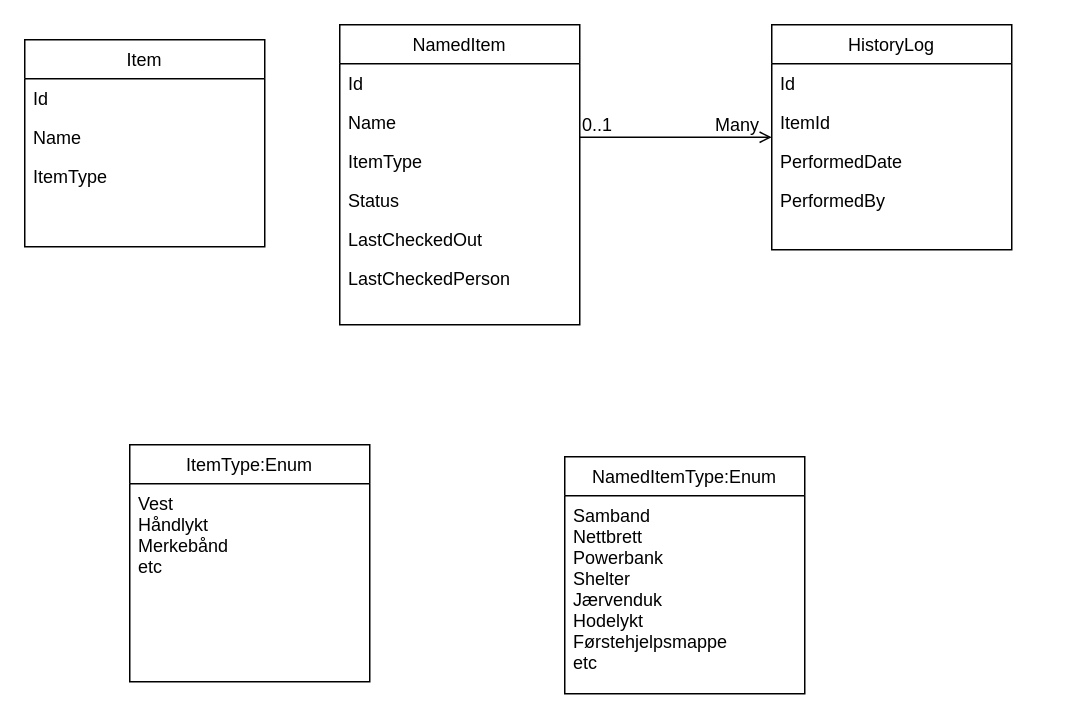
The draw.io diagram Architecture and Design/Classes.drawio in GrowlingViking/ItemCheckout, before the edit. Source tidied: cells renumbered, new cells numbered last; positions are measured from the earlier drawing's top-left corner, leaving out a move shared by most shapes. Both pictures are drawn from the tidied source at 150%, with x=0, y=0 at pixel (24, 24).
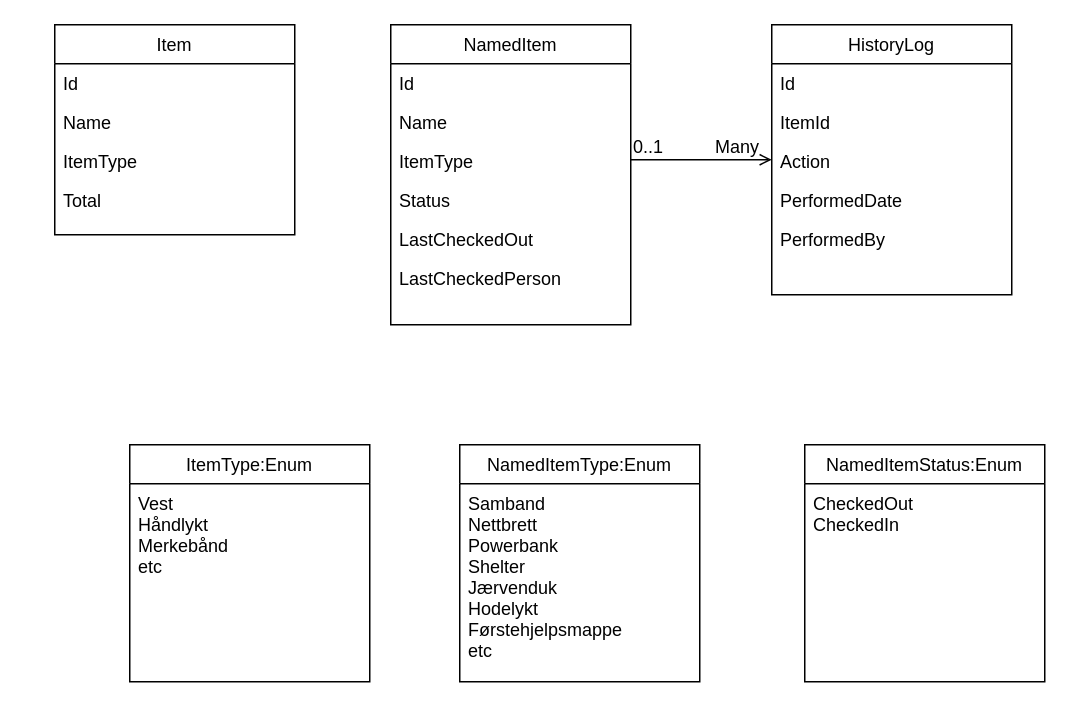
After the change.

Change to the diagram source:
```diff
@@
     <mxCell id="2" value="NamedItem" style="swimlane;fontStyle=0;align=center;verticalAlign=top;horizontal=1;startSize=26;rounded=0;shadow=0;strokeWidth=1;" parent="1" vertex="1">
-      <mxGeometry x="210" width="160" height="200" as="geometry" />
+      <mxGeometry x="244" width="160" height="200" as="geometry" />
     </mxCell>
@@
     <mxCell id="9" value="Item" style="swimlane;fontStyle=0;align=center;verticalAlign=top;horizontal=1;startSize=26;rounded=0;shadow=0;strokeWidth=1;" parent="1" vertex="1">
-      <mxGeometry y="10" width="160" height="138" as="geometry" />
+      <mxGeometry x="20" width="160" height="140" as="geometry" />
     </mxCell>
@@
+    <mxCell id="25" value="Total" style="text;align=left;verticalAlign=top;spacingLeft=4;spacingRight=4;overflow=hidden;rounded=0;shadow=0;html=0;" parent="9" vertex="1">
+      <mxGeometry y="104" width="160" height="26" as="geometry" />
+    </mxCell>
     <mxCell id="13" value="HistoryLog" style="swimlane;fontStyle=0;align=center;verticalAlign=top;horizontal=1;startSize=26;rounded=0;shadow=0;strokeWidth=1;" parent="1" vertex="1">
-      <mxGeometry x="498" width="160" height="150" as="geometry" />
+      <mxGeometry x="498" width="160" height="180" as="geometry" />
     </mxCell>
@@
+    <mxCell id="26" value="Action" style="text;align=left;verticalAlign=top;spacingLeft=4;spacingRight=4;overflow=hidden;rounded=0;shadow=0;html=0;" parent="13" vertex="1">
+      <mxGeometry y="78" width="160" height="26" as="geometry" />
+    </mxCell>
     <mxCell id="16" value="PerformedDate" style="text;align=left;verticalAlign=top;spacingLeft=4;spacingRight=4;overflow=hidden;rounded=0;shadow=0;html=0;" parent="13" vertex="1">
-      <mxGeometry y="78" width="160" height="26" as="geometry" />
+      <mxGeometry y="104" width="160" height="26" as="geometry" />
     </mxCell>
     <mxCell id="17" value="PerformedBy" style="text;align=left;verticalAlign=top;spacingLeft=4;spacingRight=4;overflow=hidden;rounded=0;shadow=0;html=0;" parent="13" vertex="1">
-      <mxGeometry y="104" width="160" height="26" as="geometry" />
+      <mxGeometry y="130" width="160" height="26" as="geometry" />
     </mxCell>
@@
     <mxCell id="21" value="NamedItemType:Enum" style="swimlane;fontStyle=0;align=center;verticalAlign=top;horizontal=1;startSize=26;rounded=0;shadow=0;strokeWidth=1;" parent="1" vertex="1">
-      <mxGeometry x="360" y="288" width="160" height="158" as="geometry" />
+      <mxGeometry x="290" y="280" width="160" height="158" as="geometry" />
     </mxCell>
@@
+    <mxCell id="27" value="NamedItemStatus:Enum" style="swimlane;fontStyle=0;align=center;verticalAlign=top;horizontal=1;startSize=26;rounded=0;shadow=0;strokeWidth=1;" parent="1" vertex="1">
+      <mxGeometry x="520" y="280" width="160" height="158" as="geometry" />
+    </mxCell>
+    <mxCell id="28" value="CheckedOut&#10;CheckedIn" style="text;align=left;verticalAlign=top;spacingLeft=4;spacingRight=4;overflow=hidden;" parent="27" vertex="1">
+      <mxGeometry y="26" width="160" height="124" as="geometry" />
+    </mxCell>
```
